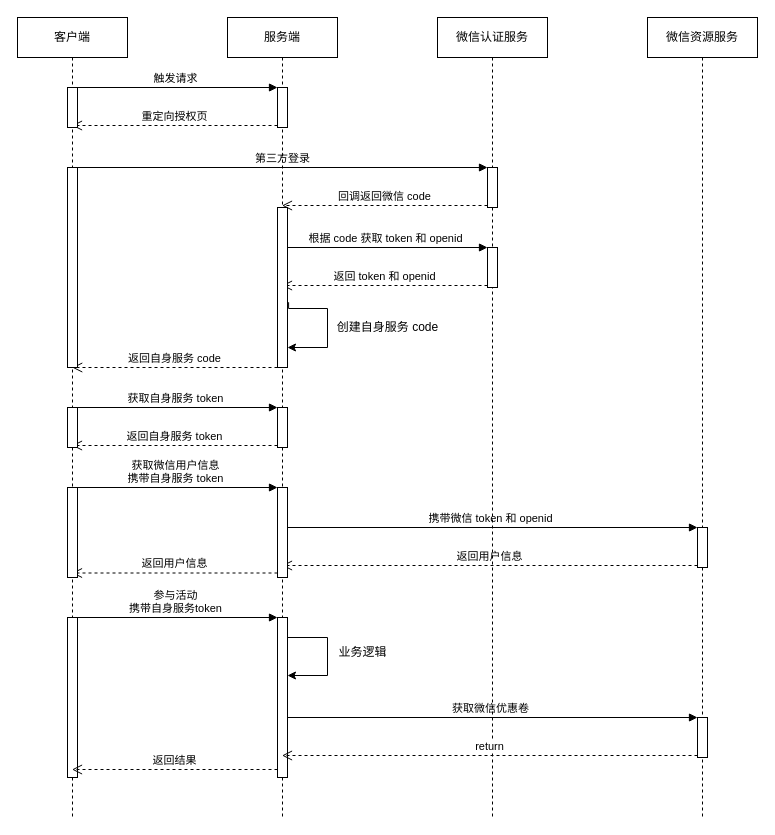
Above: OAuth2/OAuth2.drawio in zero-97/picture-of-the-article (draw.io), before the change. Source tidied: cells renumbered, new cells numbered last; positions are measured from the earlier drawing's top-left corner, leaving out a move shared by most shapes. Both pictures are drawn from the tidied source at 100%, with x=0, y=0 at pixel (17, 17).
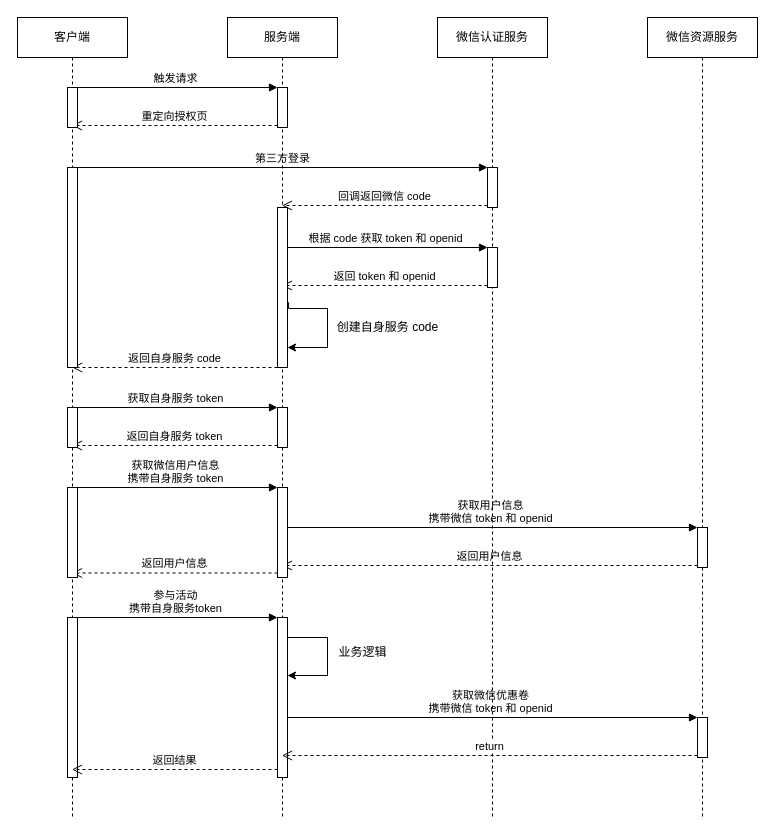
The same diagram, later.

Unchanged cells that the change refers to:
```xml
<mxCell id="11" style="html=1;points=[];perimeter=orthogonalPerimeter;" parent="10" vertex="1">
  <mxGeometry x="50" y="510" width="10" height="40" as="geometry" />
</mxCell>
<mxCell id="12" style="html=1;points=[];perimeter=orthogonalPerimeter;" parent="10" vertex="1">
  <mxGeometry x="50" y="700" width="10" height="40" as="geometry" />
</mxCell>
<mxCell id="19" value="服务端" style="shape=umlLifeline;perimeter=lifelinePerimeter;whiteSpace=wrap;html=1;outlineConnect=0;" parent="1" vertex="1">
  <mxGeometry x="210" width="110" height="800" as="geometry" />
</mxCell>
```

What changed in the source:
```diff
@@
-    <mxCell id="2" value="获取微信优惠卷" style="html=1;verticalAlign=bottom;endArrow=block;entryX=0;entryY=0;rounded=0;" parent="1" edge="1" source="19" target="12">
+    <mxCell id="2" value="获取微信优惠卷&lt;br&gt;携带微信 token 和 openid" style="html=1;verticalAlign=bottom;endArrow=block;entryX=0;entryY=0;rounded=0;" parent="1" edge="1" source="19" target="12">
       <mxGeometry relative="1" as="geometry" />
     </mxCell>
@@
-    <mxCell id="5" value="携带微信 token 和 openid" style="html=1;verticalAlign=bottom;endArrow=block;entryX=0;entryY=0;rounded=0;" parent="1" edge="1" source="19" target="11">
+    <mxCell id="5" value="获取用户信息&lt;br&gt;携带微信 token 和 openid" style="html=1;verticalAlign=bottom;endArrow=block;entryX=0;entryY=0;rounded=0;" parent="1" edge="1" source="19" target="11">
       <mxGeometry relative="1" as="geometry" />
     </mxCell>
```
